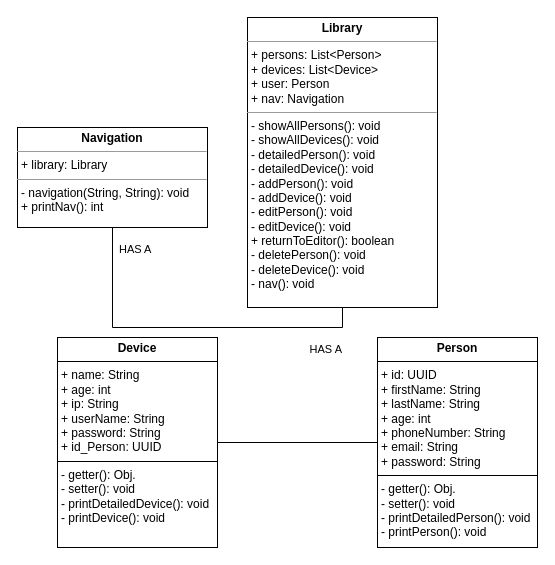
This is Lynn/M1/M1UML.drawio from SophiaS159/Sop-Lyn-M320Rep, a draw.io file, before an edit. Source tidied: cells renumbered, new cells numbered last; positions are measured from the earlier drawing's top-left corner, leaving out a move shared by most shapes. Both pictures are drawn from the tidied source at 100%, with x=0, y=0 at pixel (17, 17).
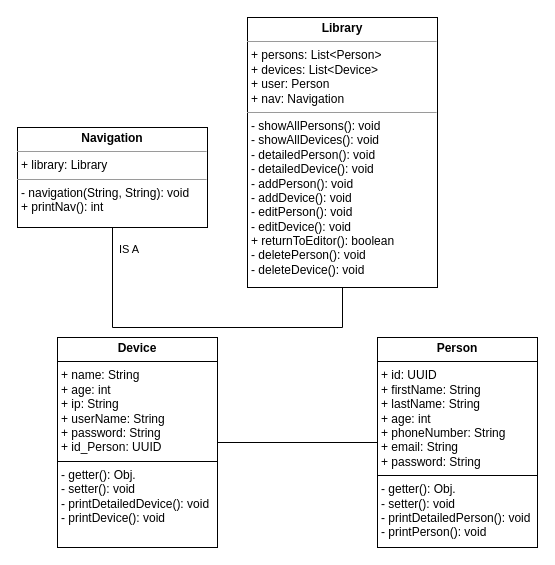
The same page after the edit.

Change to the diagram source:
```diff
@@
 <mxGraphModel>
   <root>
     <mxCell id="0" />
     <mxCell id="1" parent="0" />
     <mxCell id="2" value="&lt;p style=&quot;margin:0px;margin-top:4px;text-align:center;&quot;&gt;&lt;b&gt;Person&lt;/b&gt;&lt;/p&gt;&lt;hr size=&quot;1&quot; style=&quot;border-style:solid;&quot;&gt;&lt;p style=&quot;margin:0px;margin-left:4px;&quot;&gt;+ id: UUID&lt;/p&gt;&lt;p style=&quot;margin:0px;margin-left:4px;&quot;&gt;+ firstName: String&lt;/p&gt;&lt;p style=&quot;margin:0px;margin-left:4px;&quot;&gt;+ lastName: String&lt;/p&gt;&lt;p style=&quot;margin:0px;margin-left:4px;&quot;&gt;+ age: int&lt;/p&gt;&lt;p style=&quot;margin:0px;margin-left:4px;&quot;&gt;+ phoneNumber: String&lt;/p&gt;&lt;p style=&quot;margin:0px;margin-left:4px;&quot;&gt;+ email: String&lt;/p&gt;&lt;p style=&quot;margin:0px;margin-left:4px;&quot;&gt;+ password: String&lt;/p&gt;&lt;hr size=&quot;1&quot; style=&quot;border-style:solid;&quot;&gt;&lt;p style=&quot;margin:0px;margin-left:4px;&quot;&gt;- getter(): Obj.&lt;/p&gt;&lt;p style=&quot;margin:0px;margin-left:4px;&quot;&gt;- setter(): void&amp;nbsp;&lt;/p&gt;&lt;p style=&quot;margin:0px;margin-left:4px;&quot;&gt;- printDetailedPerson(): void&lt;/p&gt;&lt;p style=&quot;margin:0px;margin-left:4px;&quot;&gt;- printPerson(): void&lt;/p&gt;" style="verticalAlign=top;align=left;overflow=fill;html=1;whiteSpace=wrap;" parent="1" vertex="1">
       <mxGeometry x="360" y="320" width="160" height="210" as="geometry" />
     </mxCell>
     <mxCell id="3" value="&lt;p style=&quot;margin:0px;margin-top:4px;text-align:center;&quot;&gt;&lt;b&gt;Device&lt;/b&gt;&lt;/p&gt;&lt;hr size=&quot;1&quot; style=&quot;border-style:solid;&quot;&gt;&lt;p style=&quot;margin:0px;margin-left:4px;&quot;&gt;&lt;span style=&quot;background-color: transparent; color: light-dark(rgb(0, 0, 0), rgb(255, 255, 255));&quot;&gt;+ name: String&lt;/span&gt;&lt;/p&gt;&lt;p style=&quot;margin:0px;margin-left:4px;&quot;&gt;+ age: int&lt;/p&gt;&lt;p style=&quot;margin:0px;margin-left:4px;&quot;&gt;+ ip: String&lt;/p&gt;&lt;p style=&quot;margin:0px;margin-left:4px;&quot;&gt;+ userName: String&lt;/p&gt;&lt;p style=&quot;margin:0px;margin-left:4px;&quot;&gt;+ password: String&lt;/p&gt;&lt;p style=&quot;margin:0px;margin-left:4px;&quot;&gt;+ id_Person: UUID&lt;/p&gt;&lt;hr size=&quot;1&quot; style=&quot;border-style:solid;&quot;&gt;&lt;p style=&quot;margin:0px;margin-left:4px;&quot;&gt;- getter(): Obj.&lt;/p&gt;&lt;p style=&quot;margin:0px;margin-left:4px;&quot;&gt;- setter(): void&amp;nbsp;&lt;/p&gt;&lt;p style=&quot;margin:0px;margin-left:4px;&quot;&gt;- printDetailedDevice(): void&lt;/p&gt;&lt;p style=&quot;margin:0px;margin-left:4px;&quot;&gt;- printDevice(): void&lt;/p&gt;" style="verticalAlign=top;align=left;overflow=fill;html=1;whiteSpace=wrap;" parent="1" vertex="1">
       <mxGeometry x="40" y="320" width="160" height="210" as="geometry" />
     </mxCell>
     <mxCell id="4" style="endArrow=none;html=1;rounded=0;exitX=1;exitY=0.5;exitDx=0;exitDy=0;entryX=0;entryY=0.5;entryDx=0;entryDy=0;" parent="1" edge="1" source="3" target="2">
       <mxGeometry relative="1" as="geometry" />
     </mxCell>
     <mxCell id="5" value="&lt;p style=&quot;margin:0px;margin-top:4px;text-align:center;&quot;&gt;&lt;b&gt;Navigation&lt;/b&gt;&lt;/p&gt;&lt;hr size=&quot;1&quot;&gt;&lt;p style=&quot;margin:0px;margin-left:4px;&quot;&gt;+ library: Library&lt;br&gt;&lt;/p&gt;&lt;hr size=&quot;1&quot;&gt;&lt;p style=&quot;margin:0px;margin-left:4px;&quot;&gt;- navigation(String, String): void&lt;br&gt;+ printNav(): int&lt;/p&gt;" style="verticalAlign=top;align=left;overflow=fill;fontSize=12;fontFamily=Helvetica;html=1;whiteSpace=wrap;" parent="1" vertex="1">
       <mxGeometry y="110" width="190" height="100" as="geometry" />
     </mxCell>
-    <mxCell id="6" value="&lt;p style=&quot;margin:0px;margin-top:4px;text-align:center;&quot;&gt;&lt;b&gt;Library&lt;/b&gt;&lt;/p&gt;&lt;hr size=&quot;1&quot;&gt;&lt;p style=&quot;margin:0px;margin-left:4px;&quot;&gt;+ persons: List&amp;lt;Person&amp;gt;&lt;br&gt;&lt;/p&gt;&lt;p style=&quot;margin:0px;margin-left:4px;&quot;&gt;+ devices: List&amp;lt;Device&amp;gt;&lt;/p&gt;&lt;p style=&quot;margin:0px;margin-left:4px;&quot;&gt;+ user: Person&lt;/p&gt;&lt;p style=&quot;margin:0px;margin-left:4px;&quot;&gt;+ nav: Navigation&lt;/p&gt;&lt;hr size=&quot;1&quot;&gt;&lt;p style=&quot;margin:0px;margin-left:4px;&quot;&gt;- showAllPersons(): void&lt;br&gt;- showAllDevices&lt;span style=&quot;background-color: initial;&quot;&gt;(): void&lt;/span&gt;&lt;/p&gt;&lt;p style=&quot;margin:0px;margin-left:4px;&quot;&gt;&lt;span style=&quot;background-color: initial;&quot;&gt;-&amp;nbsp;&lt;/span&gt;detailedPerson(): void&lt;/p&gt;&lt;p style=&quot;margin:0px;margin-left:4px;&quot;&gt;&lt;span style=&quot;background-color: initial;&quot;&gt;-&amp;nbsp;&lt;/span&gt;detailedDevice(): void&lt;/p&gt;&lt;p style=&quot;margin:0px;margin-left:4px;&quot;&gt;&lt;span style=&quot;background-color: initial;&quot;&gt;-&amp;nbsp;&lt;/span&gt;addPerson(): void&lt;/p&gt;&lt;p style=&quot;margin:0px;margin-left:4px;&quot;&gt;-&amp;nbsp;addDevice(): void&lt;/p&gt;&lt;p style=&quot;margin:0px;margin-left:4px;&quot;&gt;-&amp;nbsp;editPerson(): void&lt;/p&gt;&lt;p style=&quot;margin:0px;margin-left:4px;&quot;&gt;-&amp;nbsp;editDevice(): void&lt;/p&gt;&lt;p style=&quot;margin:0px;margin-left:4px;&quot;&gt;+&amp;nbsp;returnToEditor(): boolean&lt;/p&gt;&lt;p style=&quot;margin:0px;margin-left:4px;&quot;&gt;-&amp;nbsp;deletePerson(): void&lt;/p&gt;&lt;p style=&quot;margin:0px;margin-left:4px;&quot;&gt;-&amp;nbsp;deleteDevice(): void&lt;/p&gt;&lt;p style=&quot;margin:0px;margin-left:4px;&quot;&gt;- nav(): void&lt;/p&gt;" style="verticalAlign=top;align=left;overflow=fill;fontSize=12;fontFamily=Helvetica;html=1;whiteSpace=wrap;" parent="1" vertex="1">
-      <mxGeometry x="230" width="190" height="290" as="geometry" />
+    <mxCell id="6" value="&lt;p style=&quot;margin:0px;margin-top:4px;text-align:center;&quot;&gt;&lt;b&gt;Library&lt;/b&gt;&lt;/p&gt;&lt;hr size=&quot;1&quot;&gt;&lt;p style=&quot;margin:0px;margin-left:4px;&quot;&gt;+ persons: List&amp;lt;Person&amp;gt;&lt;br&gt;&lt;/p&gt;&lt;p style=&quot;margin:0px;margin-left:4px;&quot;&gt;+ devices: List&amp;lt;Device&amp;gt;&lt;/p&gt;&lt;p style=&quot;margin:0px;margin-left:4px;&quot;&gt;+ user: Person&lt;/p&gt;&lt;p style=&quot;margin:0px;margin-left:4px;&quot;&gt;+ nav: Navigation&lt;/p&gt;&lt;hr size=&quot;1&quot;&gt;&lt;p style=&quot;margin:0px;margin-left:4px;&quot;&gt;- showAllPersons(): void&lt;br&gt;- showAllDevices&lt;span style=&quot;background-color: initial;&quot;&gt;(): void&lt;/span&gt;&lt;/p&gt;&lt;p style=&quot;margin:0px;margin-left:4px;&quot;&gt;&lt;span style=&quot;background-color: initial;&quot;&gt;-&amp;nbsp;&lt;/span&gt;detailedPerson(): void&lt;/p&gt;&lt;p style=&quot;margin:0px;margin-left:4px;&quot;&gt;&lt;span style=&quot;background-color: initial;&quot;&gt;-&amp;nbsp;&lt;/span&gt;detailedDevice(): void&lt;/p&gt;&lt;p style=&quot;margin:0px;margin-left:4px;&quot;&gt;&lt;span style=&quot;background-color: initial;&quot;&gt;-&amp;nbsp;&lt;/span&gt;addPerson(): void&lt;/p&gt;&lt;p style=&quot;margin:0px;margin-left:4px;&quot;&gt;-&amp;nbsp;addDevice(): void&lt;/p&gt;&lt;p style=&quot;margin:0px;margin-left:4px;&quot;&gt;-&amp;nbsp;editPerson(): void&lt;/p&gt;&lt;p style=&quot;margin:0px;margin-left:4px;&quot;&gt;-&amp;nbsp;editDevice(): void&lt;/p&gt;&lt;p style=&quot;margin:0px;margin-left:4px;&quot;&gt;+&amp;nbsp;returnToEditor(): boolean&lt;/p&gt;&lt;p style=&quot;margin:0px;margin-left:4px;&quot;&gt;-&amp;nbsp;deletePerson(): void&lt;/p&gt;&lt;p style=&quot;margin:0px;margin-left:4px;&quot;&gt;-&amp;nbsp;deleteDevice(): void&lt;/p&gt;" style="verticalAlign=top;align=left;overflow=fill;fontSize=12;fontFamily=Helvetica;html=1;whiteSpace=wrap;" parent="1" vertex="1">
+      <mxGeometry x="230" width="190" height="270" as="geometry" />
     </mxCell>
     <mxCell id="7" style="endArrow=none;html=1;edgeStyle=orthogonalEdgeStyle;rounded=0;exitX=0.5;exitY=1;exitDx=0;exitDy=0;entryX=0.5;entryY=1;entryDx=0;entryDy=0;" parent="1" edge="1" source="5" target="6">
       <mxGeometry relative="1" as="geometry">
         <Array as="points">
           <mxPoint x="95" y="310" />
           <mxPoint x="325" y="310" />
         </Array>
       </mxGeometry>
     </mxCell>
-    <mxCell id="8" value="HAS A" style="edgeLabel;html=1;align=left;verticalAlign=bottom;" parent="7" vertex="1">
+    <mxCell id="8" value="IS A" style="edgeLabel;html=1;align=left;verticalAlign=bottom;" parent="7" vertex="1">
       <mxGeometry x="-1" relative="1" as="geometry">
         <mxPoint x="5" y="30" as="offset" />
       </mxGeometry>
     </mxCell>
-    <mxCell id="9" value="HAS A" style="edgeLabel;html=1;align=right;verticalAlign=bottom;" parent="7" vertex="1">
-      <mxGeometry x="1" relative="1" as="geometry">
-        <mxPoint y="50" as="offset" />
-      </mxGeometry>
-    </mxCell>
   </root>
 </mxGraphModel>
```
